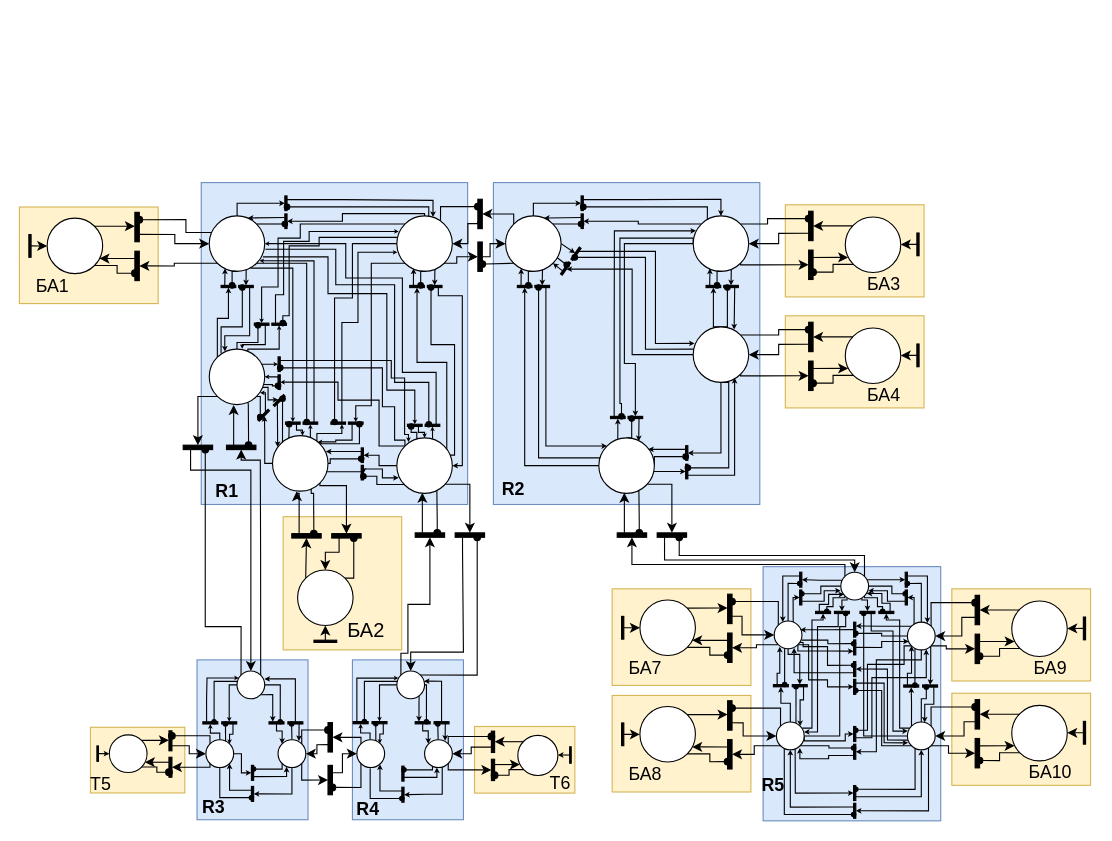
Before: page "Сеть Петри" (4 of 5) of logic.drawio in sadsackk/STP-ISS-analyzer, a draw.io diagram. Source tidied: cells renumbered, new cells numbered last; positions are measured from the earlier drawing's top-left corner, leaving out a move shared by most shapes. Both pictures are drawn from the tidied source at 111%, with x=0, y=0 at pixel (19, 182).
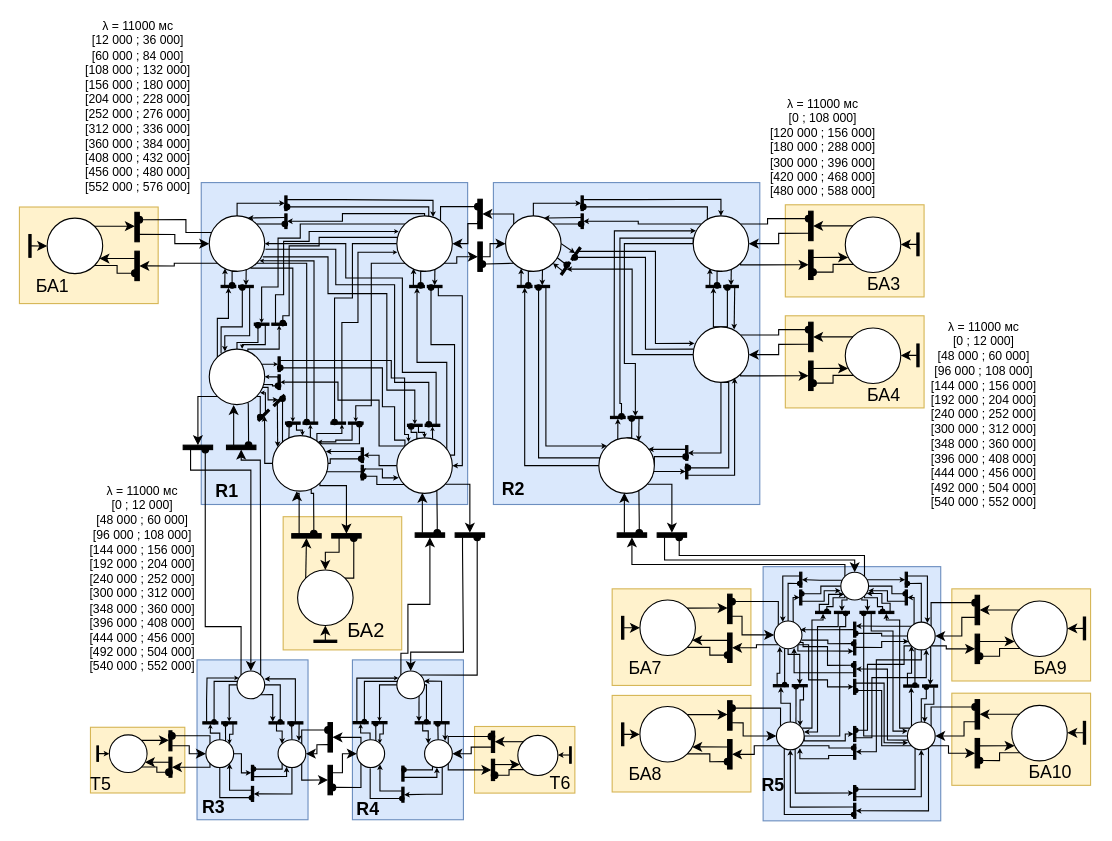
The same page after the edit.

The edit, as a diff of the source:
```diff
@@
+    <mxCell id="467" value="&lt;div style=&quot;font-size: 11px;&quot;&gt;&lt;font style=&quot;font-size: 11px;&quot;&gt;&lt;span class=&quot;ILfuVd&quot;&gt;&lt;span class=&quot;hgKElc&quot;&gt;λ&lt;/span&gt;&lt;/span&gt; = 11000 мс&lt;/font&gt;&lt;/div&gt;&lt;div style=&quot;font-size: 11px;&quot;&gt;&lt;font style=&quot;font-size: 11px;&quot;&gt;[12 000 ; 36 000]&lt;/font&gt;&lt;/div&gt;&lt;div style=&quot;font-size: 11px;&quot;&gt;&lt;font style=&quot;font-size: 11px;&quot;&gt;[60 000 ; 84 000] &lt;br&gt;&lt;/font&gt;&lt;/div&gt;&lt;div style=&quot;font-size: 11px;&quot;&gt;&lt;font style=&quot;font-size: 11px;&quot;&gt;[108 000 ; 132 000]&lt;/font&gt;&lt;/div&gt;&lt;div style=&quot;font-size: 11px;&quot;&gt;&lt;font style=&quot;font-size: 11px;&quot;&gt;[156 000 ; 180 000]&lt;/font&gt;&lt;/div&gt;&lt;div style=&quot;font-size: 11px;&quot;&gt;&lt;font style=&quot;font-size: 11px;&quot;&gt;[204 000 ; 228 000]&lt;/font&gt;&lt;/div&gt;&lt;div style=&quot;font-size: 11px;&quot;&gt;&lt;font style=&quot;font-size: 11px;&quot;&gt;[252 000 ; 276 000]&lt;/font&gt;&lt;/div&gt;&lt;div style=&quot;font-size: 11px;&quot;&gt;&lt;font style=&quot;font-size: 11px;&quot;&gt;[312 000 ; 336 000]&lt;/font&gt;&lt;/div&gt;&lt;div style=&quot;font-size: 11px;&quot;&gt;&lt;font style=&quot;font-size: 11px;&quot;&gt;[360 000 ; 384 000]&lt;/font&gt;&lt;/div&gt;&lt;div style=&quot;font-size: 11px;&quot;&gt;&lt;font style=&quot;font-size: 11px;&quot;&gt;[408 000 ; 432 000]&lt;/font&gt;&lt;/div&gt;&lt;div style=&quot;font-size: 11px;&quot;&gt;&lt;font style=&quot;font-size: 11px;&quot;&gt;[456 000 ; 480 000]&lt;/font&gt;&lt;/div&gt;&lt;div style=&quot;font-size: 11px;&quot;&gt;&lt;font style=&quot;font-size: 11px;&quot;&gt;[552 000 ; 576 000]&lt;/font&gt;&lt;/div&gt;&lt;div style=&quot;font-size: 11px;&quot;&gt;&lt;font style=&quot;font-size: 11px;&quot;&gt;&lt;br&gt;&lt;/font&gt;&lt;/div&gt;&lt;div style=&quot;font-size: 11px;&quot;&gt;&lt;font style=&quot;font-size: 11px;&quot;&gt;&lt;br&gt;&lt;/font&gt; &lt;/div&gt;" style="text;html=1;strokeColor=none;fillColor=none;align=center;verticalAlign=middle;whiteSpace=wrap;rounded=0;" parent="1" vertex="1">
+      <mxGeometry x="48.5" y="-110" width="116" height="110" as="geometry" />
+    </mxCell>
+    <mxCell id="468" value="&lt;div style=&quot;font-size: 11px;&quot;&gt;&lt;font style=&quot;font-size: 11px;&quot;&gt;&lt;span class=&quot;ILfuVd&quot;&gt;&lt;span class=&quot;hgKElc&quot;&gt;λ&lt;/span&gt;&lt;/span&gt; = 11000 мс&lt;/font&gt;&lt;/div&gt;&lt;div style=&quot;font-size: 11px;&quot;&gt;&lt;font style=&quot;font-size: 11px;&quot;&gt;[0 ; 12 000]&lt;/font&gt;&lt;/div&gt;&lt;div style=&quot;font-size: 11px;&quot;&gt;&lt;font style=&quot;font-size: 11px;&quot;&gt;[48 000 ; 60 000] &lt;br&gt;&lt;/font&gt;&lt;/div&gt;&lt;div style=&quot;font-size: 11px;&quot;&gt;&lt;font style=&quot;font-size: 11px;&quot;&gt;[96 000 ; 108 000]&lt;/font&gt;&lt;/div&gt;&lt;div style=&quot;font-size: 11px;&quot;&gt;&lt;font style=&quot;font-size: 11px;&quot;&gt;[144 000 ; 156 000]&lt;/font&gt;&lt;/div&gt;&lt;div style=&quot;font-size: 11px;&quot;&gt;&lt;font style=&quot;font-size: 11px;&quot;&gt;[192 000 ; 204 000]&lt;/font&gt;&lt;/div&gt;&lt;div style=&quot;font-size: 11px;&quot;&gt;&lt;font style=&quot;font-size: 11px;&quot;&gt;[240 000 ; 252 000]&lt;/font&gt;&lt;/div&gt;&lt;div style=&quot;font-size: 11px;&quot;&gt;&lt;font style=&quot;font-size: 11px;&quot;&gt;[300 000 ; 312 000]&lt;/font&gt;&lt;/div&gt;&lt;div style=&quot;font-size: 11px;&quot;&gt;&lt;font style=&quot;font-size: 11px;&quot;&gt;[348 000 ; 360 000]&lt;/font&gt;&lt;/div&gt;&lt;div style=&quot;font-size: 11px;&quot;&gt;&lt;font style=&quot;font-size: 11px;&quot;&gt;[396 000 ; 408 000]&lt;/font&gt;&lt;/div&gt;&lt;div style=&quot;font-size: 11px;&quot;&gt;&lt;font style=&quot;font-size: 11px;&quot;&gt;[444 000 ; 456 000]&lt;/font&gt;&lt;/div&gt;&lt;div style=&quot;font-size: 11px;&quot;&gt;&lt;font style=&quot;font-size: 11px;&quot;&gt;[492 000 ; 504 000]&lt;/font&gt;&lt;/div&gt;&lt;div style=&quot;font-size: 11px;&quot;&gt;&lt;font style=&quot;font-size: 11px;&quot;&gt;[540 000 ; 552 000]&lt;/font&gt;&lt;/div&gt;&lt;div style=&quot;font-size: 11px;&quot;&gt;&lt;font style=&quot;font-size: 11px;&quot;&gt;&lt;br&gt;&lt;/font&gt;&lt;/div&gt;&lt;div style=&quot;font-size: 11px;&quot;&gt;&lt;font style=&quot;font-size: 11px;&quot;&gt;&lt;br&gt;&lt;/font&gt;&lt;/div&gt;&lt;div style=&quot;font-size: 11px;&quot;&gt;&lt;font style=&quot;font-size: 11px;&quot;&gt;&lt;br&gt;&lt;/font&gt; &lt;/div&gt;" style="text;html=1;strokeColor=none;fillColor=none;align=center;verticalAlign=middle;whiteSpace=wrap;rounded=0;" parent="1" vertex="1">
+      <mxGeometry x="57" y="327.5" width="107.5" height="98" as="geometry" />
+    </mxCell>
+    <mxCell id="469" value="&lt;div style=&quot;font-size: 11px;&quot;&gt;&lt;font style=&quot;font-size: 11px;&quot;&gt;&lt;span class=&quot;ILfuVd&quot;&gt;&lt;span class=&quot;hgKElc&quot;&gt;λ&lt;/span&gt;&lt;/span&gt; = 11000 мс&lt;/font&gt;&lt;/div&gt;&lt;div style=&quot;font-size: 11px;&quot;&gt;&lt;font style=&quot;font-size: 11px;&quot;&gt;[0 ; 12 000]&lt;/font&gt;&lt;/div&gt;&lt;div style=&quot;font-size: 11px;&quot;&gt;&lt;font style=&quot;font-size: 11px;&quot;&gt;[48 000 ; 60 000] &lt;br&gt;&lt;/font&gt;&lt;/div&gt;&lt;div style=&quot;font-size: 11px;&quot;&gt;&lt;font style=&quot;font-size: 11px;&quot;&gt;[96 000 ; 108 000]&lt;/font&gt;&lt;/div&gt;&lt;div style=&quot;font-size: 11px;&quot;&gt;&lt;font style=&quot;font-size: 11px;&quot;&gt;[144 000 ; 156 000]&lt;/font&gt;&lt;/div&gt;&lt;div style=&quot;font-size: 11px;&quot;&gt;&lt;font style=&quot;font-size: 11px;&quot;&gt;[192 000 ; 204 000]&lt;/font&gt;&lt;/div&gt;&lt;div style=&quot;font-size: 11px;&quot;&gt;&lt;font style=&quot;font-size: 11px;&quot;&gt;[240 000 ; 252 000]&lt;/font&gt;&lt;/div&gt;&lt;div style=&quot;font-size: 11px;&quot;&gt;&lt;font style=&quot;font-size: 11px;&quot;&gt;[300 000 ; 312 000]&lt;/font&gt;&lt;/div&gt;&lt;div style=&quot;font-size: 11px;&quot;&gt;&lt;font style=&quot;font-size: 11px;&quot;&gt;[348 000 ; 360 000]&lt;/font&gt;&lt;/div&gt;&lt;div style=&quot;font-size: 11px;&quot;&gt;&lt;font style=&quot;font-size: 11px;&quot;&gt;[396 000 ; 408 000]&lt;/font&gt;&lt;/div&gt;&lt;div style=&quot;font-size: 11px;&quot;&gt;&lt;font style=&quot;font-size: 11px;&quot;&gt;[444 000 ; 456 000]&lt;/font&gt;&lt;/div&gt;&lt;div style=&quot;font-size: 11px;&quot;&gt;&lt;font style=&quot;font-size: 11px;&quot;&gt;[492 000 ; 504 000]&lt;/font&gt;&lt;/div&gt;&lt;div style=&quot;font-size: 11px;&quot;&gt;&lt;font style=&quot;font-size: 11px;&quot;&gt;[540 000 ; 552 000]&lt;/font&gt;&lt;/div&gt;&lt;div style=&quot;font-size: 11px;&quot;&gt;&lt;font style=&quot;font-size: 11px;&quot;&gt;&lt;br&gt;&lt;/font&gt;&lt;/div&gt;&lt;div style=&quot;font-size: 11px;&quot;&gt;&lt;font style=&quot;font-size: 11px;&quot;&gt;&lt;br&gt;&lt;/font&gt;&lt;/div&gt;&lt;div style=&quot;font-size: 11px;&quot;&gt;&lt;font style=&quot;font-size: 11px;&quot;&gt;&lt;br&gt;&lt;/font&gt; &lt;/div&gt;" style="text;html=1;strokeColor=none;fillColor=none;align=center;verticalAlign=middle;whiteSpace=wrap;rounded=0;" parent="1" vertex="1">
+      <mxGeometry x="815" y="180" width="107.5" height="98" as="geometry" />
+    </mxCell>
+    <mxCell id="470" value="&lt;div style=&quot;font-size: 11px;&quot;&gt;&lt;font style=&quot;font-size: 11px;&quot;&gt;&lt;span class=&quot;ILfuVd&quot;&gt;&lt;span class=&quot;hgKElc&quot;&gt;λ&lt;/span&gt;&lt;/span&gt; = 11000 мс&lt;/font&gt;&lt;/div&gt;&lt;div style=&quot;font-size: 11px;&quot;&gt;&lt;font style=&quot;font-size: 11px;&quot;&gt;[0 ; 108 000]&lt;/font&gt;&lt;/div&gt;&lt;div style=&quot;font-size: 11px;&quot;&gt;&lt;font style=&quot;font-size: 11px;&quot;&gt;[120 000 ; 156 000] &lt;br&gt;&lt;/font&gt;&lt;/div&gt;&lt;div style=&quot;font-size: 11px;&quot;&gt;&lt;font style=&quot;font-size: 11px;&quot;&gt;[180 000 ; 288 000]&lt;/font&gt;&lt;/div&gt;&lt;div style=&quot;font-size: 11px;&quot;&gt;&lt;font style=&quot;font-size: 11px;&quot;&gt;[300 000 ; 396 000]&lt;/font&gt;&lt;/div&gt;&lt;div style=&quot;font-size: 11px;&quot;&gt;&lt;font style=&quot;font-size: 11px;&quot;&gt;[420 000 ; 468 000]&lt;/font&gt;&lt;/div&gt;&lt;div style=&quot;font-size: 11px;&quot;&gt;&lt;font style=&quot;font-size: 11px;&quot;&gt;[480 000 ; 588 000]&lt;/font&gt;&lt;/div&gt;&lt;div style=&quot;font-size: 11px;&quot;&gt;&lt;font style=&quot;font-size: 11px;&quot;&gt;&lt;br&gt;&lt;/font&gt; &lt;/div&gt;" style="text;html=1;strokeColor=none;fillColor=none;align=center;verticalAlign=middle;whiteSpace=wrap;rounded=0;" parent="1" vertex="1">
+      <mxGeometry x="670.3" y="-74" width="107.5" height="98" as="geometry" />
+    </mxCell>
```
